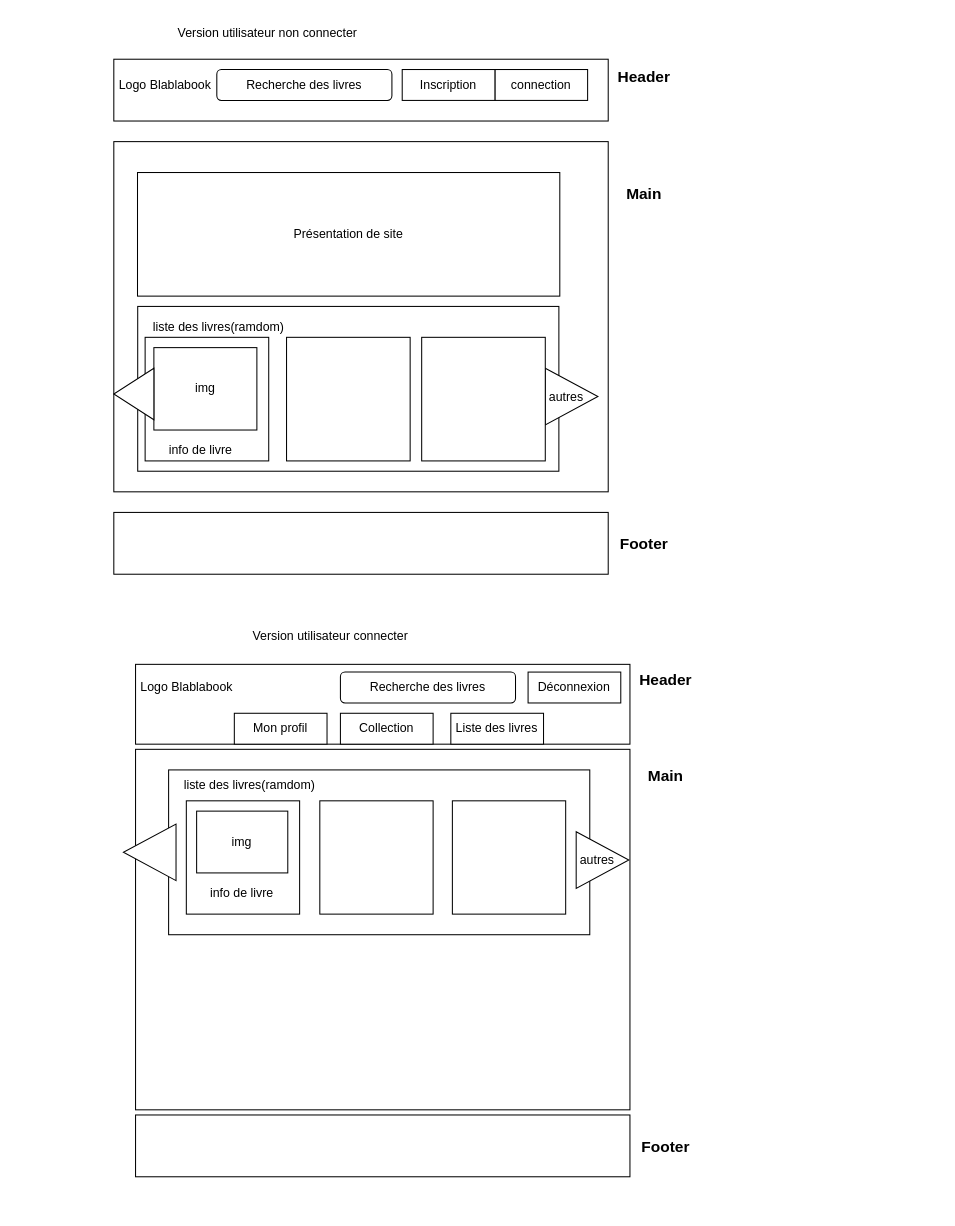
Above: page "Desktop" (1 of 2) of Cahier des charges/wireframe/accueil.drawio in HarukaIZUMI18/Blablabook-Haruka (draw.io), before the change. Source tidied: cells renumbered, new cells numbered last; positions are measured from the earlier drawing's top-left corner, leaving out a move shared by most shapes. Both pictures are drawn from the tidied source at 103%, with x=0, y=0 at pixel (93, 18).
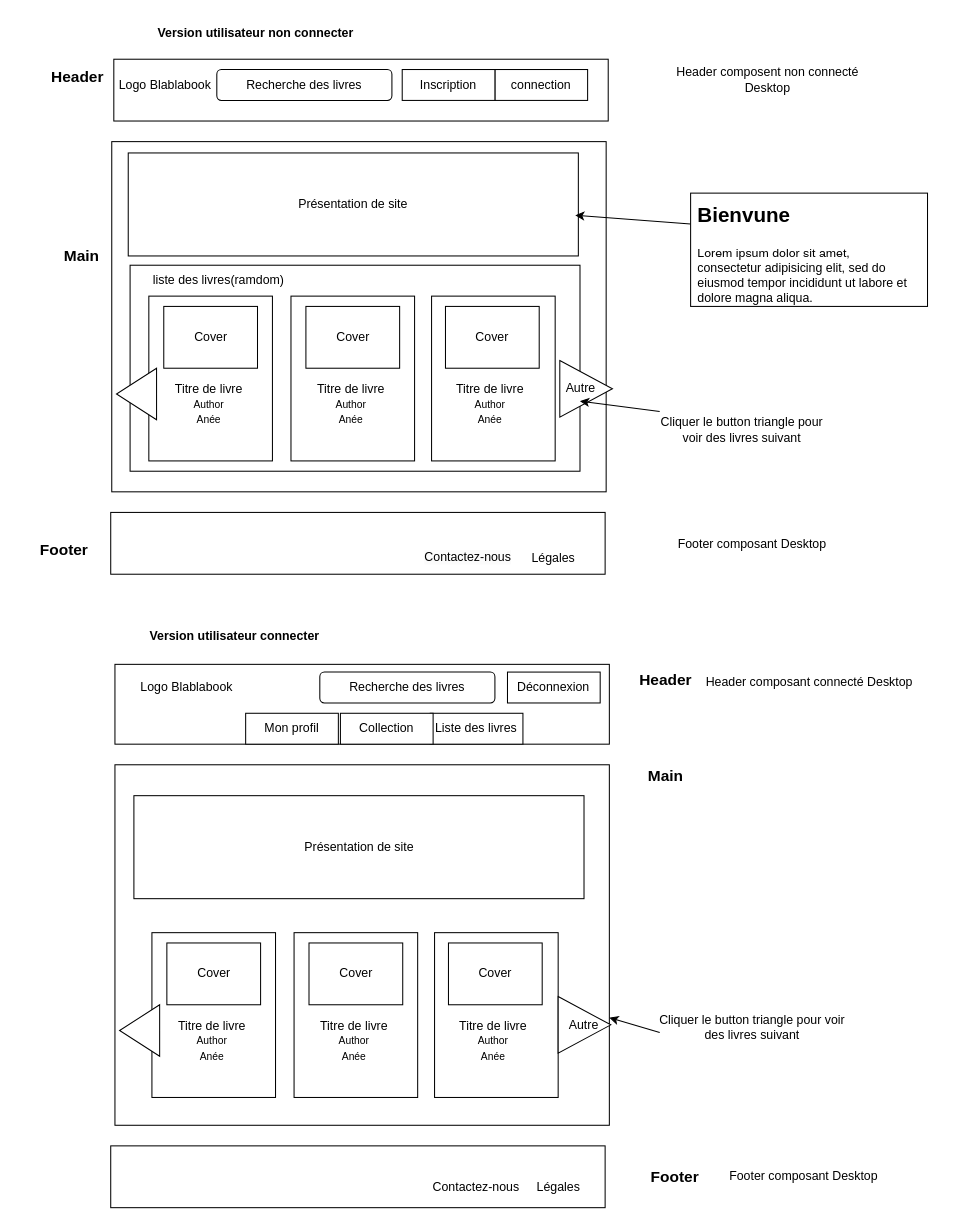
After the change.

Change to the diagram source:
```diff
@@
     <mxCell id="3" style="rounded=0;whiteSpace=wrap;html=1;" parent="1" vertex="1">
-      <mxGeometry x="20" y="120" width="480" height="340" as="geometry" />
+      <mxGeometry x="18" y="120" width="480" height="340" as="geometry" />
     </mxCell>
     <mxCell id="4" value="&lt;b&gt;&lt;font style=&quot;font-size: 15px;&quot;&gt;Header&lt;/font&gt;&lt;/b&gt;&lt;div&gt;&lt;br&gt;&lt;/div&gt;" style="text;html=1;align=center;verticalAlign=middle;whiteSpace=wrap;rounded=0;" parent="1" vertex="1">
-      <mxGeometry x="490" y="45" width="90" height="40" as="geometry" />
+      <mxGeometry x="-60" y="45" width="90" height="40" as="geometry" />
     </mxCell>
@@
     <mxCell id="9" value="&lt;div&gt;&lt;span style=&quot;font-size: 15px;&quot;&gt;&lt;b&gt;Main&lt;/b&gt;&lt;/span&gt;&lt;/div&gt;" style="text;html=1;align=center;verticalAlign=middle;whiteSpace=wrap;rounded=0;" parent="1" vertex="1">
-      <mxGeometry x="490" y="150" width="90" height="40" as="geometry" />
+      <mxGeometry x="-56" y="210" width="90" height="40" as="geometry" />
     </mxCell>
@@
     <mxCell id="11" style="rounded=0;whiteSpace=wrap;html=1;" parent="1" vertex="1">
-      <mxGeometry x="20" y="480" width="480" height="60" as="geometry" />
+      <mxGeometry x="17" y="480" width="480" height="60" as="geometry" />
     </mxCell>
     <mxCell id="12" value="&lt;div&gt;&lt;span style=&quot;font-size: 15px;&quot;&gt;&lt;b&gt;Footer&lt;/b&gt;&lt;/span&gt;&lt;/div&gt;" style="text;html=1;align=center;verticalAlign=middle;whiteSpace=wrap;rounded=0;" parent="1" vertex="1">
-      <mxGeometry x="490" y="490" width="90" height="40" as="geometry" />
+      <mxGeometry x="-73" y="496" width="90" height="40" as="geometry" />
     </mxCell>
@@
     <mxCell id="14" style="group;" parent="1" vertex="1">
-      <mxGeometry x="30" y="280" width="494.4" height="160" as="geometry" />
+      <mxGeometry x="32.6" y="280" width="494.4" height="170" as="geometry" />
     </mxCell>
     <mxCell id="15" style="rounded=0;whiteSpace=wrap;html=1;" parent="14" vertex="1">
-      <mxGeometry x="13.2" width="408.9" height="160" as="geometry" />
+      <mxGeometry x="3.2" y="-40" width="436.8" height="200" as="geometry" />
     </mxCell>
-    <mxCell id="16" value="liste des livres(ramdom)" style="text;html=1;align=center;verticalAlign=middle;whiteSpace=wrap;rounded=0;" parent="14" vertex="1">
-      <mxGeometry y="5" width="184" height="30" as="geometry" />
-    </mxCell>
+    <mxCell id="55" style="group;" parent="14" vertex="1">
+      <mxGeometry x="410.2" y="52.5" width="61.3" height="55" as="geometry" />
+    </mxCell>
-    <mxCell id="17" style="triangle;whiteSpace=wrap;html=1;" parent="14" vertex="1">
-      <mxGeometry x="408.9" y="60" width="51.1" height="55" as="geometry" />
+    <mxCell id="17" style="triangle;whiteSpace=wrap;html=1;" parent="55" vertex="1">
+      <mxGeometry x="10.2" width="51.1" height="55" as="geometry" />
     </mxCell>
-    <mxCell id="18" value="autres" style="text;html=1;align=center;verticalAlign=middle;whiteSpace=wrap;rounded=0;" parent="14" vertex="1">
-      <mxGeometry x="398.7" y="72.5" width="61.3" height="30" as="geometry" />
+    <mxCell id="18" value="Autre" style="text;html=1;align=center;verticalAlign=middle;whiteSpace=wrap;rounded=0;" parent="55" vertex="1">
+      <mxGeometry y="12.5" width="61.3" height="30" as="geometry" />
     </mxCell>
+    <mxCell id="56" style="group;" parent="14" vertex="1">
+      <mxGeometry x="-10" y="-10" width="425.9" height="160" as="geometry" />
+    </mxCell>
-    <mxCell id="19" style="group;" parent="14" vertex="1">
-      <mxGeometry x="20.4" y="40" width="120" height="110" as="geometry" />
+    <mxCell id="19" style="group;" parent="56" vertex="1">
+      <mxGeometry x="31.4" y="50" width="120" height="110" as="geometry" />
     </mxCell>
     <mxCell id="20" style="rounded=0;whiteSpace=wrap;html=1;" parent="19" vertex="1">
-      <mxGeometry y="-10" width="120" height="120" as="geometry" />
+      <mxGeometry y="-50" width="120" height="160" as="geometry" />
     </mxCell>
-    <mxCell id="21" value="info de livre" style="text;html=1;align=center;verticalAlign=middle;whiteSpace=wrap;rounded=0;" parent="19" vertex="1">
-      <mxGeometry y="90" width="108.5" height="20" as="geometry" />
+    <mxCell id="21" value="Titre de livre&lt;div&gt;&lt;font size=&quot;1&quot;&gt;Author&lt;/font&gt;&lt;/div&gt;&lt;div&gt;&lt;font size=&quot;1&quot;&gt;Anée&lt;/font&gt;&lt;/div&gt;" style="text;html=1;align=center;verticalAlign=middle;whiteSpace=wrap;rounded=0;" parent="19" vertex="1">
+      <mxGeometry x="-3" y="20" width="123" height="70" as="geometry" />
     </mxCell>
-    <mxCell id="22" value="img" style="rounded=0;whiteSpace=wrap;html=1;" parent="19" vertex="1">
-      <mxGeometry x="8.5" width="100" height="80" as="geometry" />
+    <mxCell id="22" value="&lt;span style=&quot;color: rgb(0, 0, 0);&quot;&gt;Cover&lt;/span&gt;" style="rounded=0;whiteSpace=wrap;html=1;" parent="19" vertex="1">
+      <mxGeometry x="14.5" y="-40" width="91" height="60" as="geometry" />
     </mxCell>
-    <mxCell id="23" style="triangle;whiteSpace=wrap;html=1;direction=west;" parent="14" vertex="1">
-      <mxGeometry x="-10" y="60" width="38.9" height="50" as="geometry" />
+    <mxCell id="23" style="triangle;whiteSpace=wrap;html=1;direction=west;" parent="56" vertex="1">
+      <mxGeometry y="70" width="38.9" height="50" as="geometry" />
     </mxCell>
-    <mxCell id="24" style="rounded=0;whiteSpace=wrap;html=1;" parent="14" vertex="1">
-      <mxGeometry x="157.7" y="30" width="120" height="120" as="geometry" />
-    </mxCell>
-    <mxCell id="25" style="rounded=0;whiteSpace=wrap;html=1;" parent="14" vertex="1">
-      <mxGeometry x="288.9" y="30" width="120" height="120" as="geometry" />
-    </mxCell>
+    <mxCell id="57" style="rounded=0;whiteSpace=wrap;html=1;" parent="56" vertex="1">
+      <mxGeometry x="169.4" width="120" height="160" as="geometry" />
+    </mxCell>
+    <mxCell id="58" value="Titre de livre&lt;div&gt;&lt;font size=&quot;1&quot;&gt;Author&lt;/font&gt;&lt;/div&gt;&lt;div&gt;&lt;font size=&quot;1&quot;&gt;Anée&lt;/font&gt;&lt;/div&gt;" style="text;html=1;align=center;verticalAlign=middle;whiteSpace=wrap;rounded=0;" parent="56" vertex="1">
+      <mxGeometry x="166.3" y="70" width="123" height="70" as="geometry" />
+    </mxCell>
+    <mxCell id="59" value="&lt;span style=&quot;color: rgb(0, 0, 0);&quot;&gt;Cover&lt;/span&gt;" style="rounded=0;whiteSpace=wrap;html=1;" parent="56" vertex="1">
+      <mxGeometry x="183.9" y="10" width="91" height="60" as="geometry" />
+    </mxCell>
+    <mxCell id="60" style="rounded=0;whiteSpace=wrap;html=1;" parent="56" vertex="1">
+      <mxGeometry x="305.9" width="120" height="160" as="geometry" />
+    </mxCell>
+    <mxCell id="61" value="Titre de livre&lt;div&gt;&lt;font size=&quot;1&quot;&gt;Author&lt;/font&gt;&lt;/div&gt;&lt;div&gt;&lt;font size=&quot;1&quot;&gt;Anée&lt;/font&gt;&lt;/div&gt;" style="text;html=1;align=center;verticalAlign=middle;whiteSpace=wrap;rounded=0;" parent="56" vertex="1">
+      <mxGeometry x="301.8" y="70" width="123" height="70" as="geometry" />
+    </mxCell>
+    <mxCell id="62" value="&lt;span style=&quot;color: rgb(0, 0, 0);&quot;&gt;Cover&lt;/span&gt;" style="rounded=0;whiteSpace=wrap;html=1;" parent="56" vertex="1">
+      <mxGeometry x="319.4" y="10" width="91" height="60" as="geometry" />
+    </mxCell>
     <mxCell id="26" value="Présentation de site" style="rounded=0;whiteSpace=wrap;html=1;" parent="1" vertex="1">
-      <mxGeometry x="43" y="150" width="410" height="120" as="geometry" />
+      <mxGeometry x="34" y="131" width="437" height="100" as="geometry" />
     </mxCell>
     <mxCell id="27" style="rounded=0;whiteSpace=wrap;html=1;" parent="1" vertex="1">
-      <mxGeometry x="41.1" y="710" width="480" height="350" as="geometry" />
+      <mxGeometry x="21.1" y="725" width="480" height="350" as="geometry" />
     </mxCell>
@@
     <mxCell id="29" style="group;" parent="1" vertex="1">
-      <mxGeometry x="422.2" y="635" width="98.9" height="70" as="geometry" />
+      <mxGeometry x="402.2" y="635" width="98.9" height="70" as="geometry" />
     </mxCell>
@@
     <mxCell id="37" style="rounded=0;whiteSpace=wrap;html=1;" parent="1" vertex="1">
-      <mxGeometry x="41.1" y="1065" width="480" height="60" as="geometry" />
+      <mxGeometry x="17" y="1095" width="480" height="60" as="geometry" />
     </mxCell>
     <mxCell id="38" value="&lt;div&gt;&lt;span style=&quot;font-size: 15px;&quot;&gt;&lt;b&gt;Footer&lt;/b&gt;&lt;/span&gt;&lt;/div&gt;" style="text;html=1;align=center;verticalAlign=middle;whiteSpace=wrap;rounded=0;" parent="1" vertex="1">
-      <mxGeometry x="511.1" y="1075" width="90" height="40" as="geometry" />
+      <mxGeometry x="520" y="1105" width="90" height="40" as="geometry" />
     </mxCell>
-    <mxCell id="39" style="group;" parent="1" vertex="1">
-      <mxGeometry x="60" y="730" width="460" height="160" as="geometry" />
-    </mxCell>
-    <mxCell id="40" style="rounded=0;whiteSpace=wrap;html=1;" parent="39" vertex="1">
-      <mxGeometry x="13.2" width="408.9" height="160" as="geometry" />
-    </mxCell>
-    <mxCell id="41" style="triangle;whiteSpace=wrap;html=1;" parent="39" vertex="1">
-      <mxGeometry x="408.9" y="60" width="51.1" height="55" as="geometry" />
-    </mxCell>
-    <mxCell id="42" value="autres" style="text;html=1;align=center;verticalAlign=middle;whiteSpace=wrap;rounded=0;" parent="39" vertex="1">
-      <mxGeometry x="398.7" y="72.5" width="61.3" height="30" as="geometry" />
-    </mxCell>
-    <mxCell id="43" style="group;" parent="39" vertex="1">
-      <mxGeometry x="20.4" y="40" width="120" height="100" as="geometry" />
-    </mxCell>
-    <mxCell id="44" style="rounded=0;whiteSpace=wrap;html=1;" parent="43" vertex="1">
-      <mxGeometry x="10" y="-10" width="110" height="110" as="geometry" />
-    </mxCell>
-    <mxCell id="45" value="info de livre" style="text;html=1;align=center;verticalAlign=middle;whiteSpace=wrap;rounded=0;" parent="43" vertex="1">
-      <mxGeometry x="20" y="60" width="88.5" height="40" as="geometry" />
-    </mxCell>
-    <mxCell id="46" value="img" style="rounded=0;whiteSpace=wrap;html=1;" parent="43" vertex="1">
-      <mxGeometry x="20" width="88.5" height="60" as="geometry" />
-    </mxCell>
-    <mxCell id="47" value="liste des livres(ramdom)" style="text;html=1;align=center;verticalAlign=middle;whiteSpace=wrap;rounded=0;" parent="39" vertex="1">
-      <mxGeometry width="184" height="30" as="geometry" />
-    </mxCell>
-    <mxCell id="48" style="rounded=0;whiteSpace=wrap;html=1;" parent="39" vertex="1">
-      <mxGeometry x="160" y="30" width="110" height="110" as="geometry" />
-    </mxCell>
-    <mxCell id="49" style="rounded=0;whiteSpace=wrap;html=1;" parent="39" vertex="1">
-      <mxGeometry x="288.7" y="30" width="110" height="110" as="geometry" />
-    </mxCell>
-    <mxCell id="50" style="triangle;whiteSpace=wrap;html=1;direction=west;" parent="39" vertex="1">
-      <mxGeometry x="-30.7" y="52.5" width="51.1" height="55" as="geometry" />
-    </mxCell>
-    <mxCell id="51" value="Version utilisateur connecter" style="text;html=1;align=center;verticalAlign=middle;whiteSpace=wrap;rounded=0;" parent="1" vertex="1">
-      <mxGeometry x="141.1" y="585" width="178.9" height="30" as="geometry" />
+    <mxCell id="51" value="&lt;b&gt;Version utilisateur connecter&lt;/b&gt;" style="text;html=1;align=center;verticalAlign=middle;whiteSpace=wrap;rounded=0;" parent="1" vertex="1">
+      <mxGeometry x="48.1" y="585" width="178.9" height="30" as="geometry" />
     </mxCell>
-    <mxCell id="52" value="Version utilisateur non connecter" style="text;html=1;align=center;verticalAlign=middle;whiteSpace=wrap;rounded=0;" parent="1" vertex="1">
-      <mxGeometry x="80" width="178.9" height="30" as="geometry" />
+    <mxCell id="52" value="&lt;b&gt;Version utilisateur non connecter&lt;/b&gt;" style="text;html=1;align=center;verticalAlign=middle;whiteSpace=wrap;rounded=0;" parent="1" vertex="1">
+      <mxGeometry x="43" width="230" height="30" as="geometry" />
     </mxCell>
@@
     <mxCell id="54" value="Mon profil" style="rounded=0;whiteSpace=wrap;html=1;" parent="1" vertex="1">
-      <mxGeometry x="137" y="675" width="90" height="30" as="geometry" />
+      <mxGeometry x="148" y="675" width="90" height="30" as="geometry" />
     </mxCell>
+    <mxCell id="16" value="liste des livres(ramdom)" style="text;html=1;align=center;verticalAlign=middle;whiteSpace=wrap;rounded=0;" parent="1" vertex="1">
+      <mxGeometry x="30" y="240" width="184" height="30" as="geometry" />
+    </mxCell>
+    <mxCell id="63" style="group;" parent="1" vertex="1">
+      <mxGeometry x="25.6" y="888" width="425.9" height="160" as="geometry" />
+    </mxCell>
+    <mxCell id="64" style="group;" parent="63" vertex="1">
+      <mxGeometry x="31.4" y="50" width="120" height="110" as="geometry" />
+    </mxCell>
+    <mxCell id="65" style="rounded=0;whiteSpace=wrap;html=1;" parent="64" vertex="1">
+      <mxGeometry y="-50" width="120" height="160" as="geometry" />
+    </mxCell>
+    <mxCell id="66" value="Titre de livre&lt;div&gt;&lt;font size=&quot;1&quot;&gt;Author&lt;/font&gt;&lt;/div&gt;&lt;div&gt;&lt;font size=&quot;1&quot;&gt;Anée&lt;/font&gt;&lt;/div&gt;" style="text;html=1;align=center;verticalAlign=middle;whiteSpace=wrap;rounded=0;" parent="64" vertex="1">
+      <mxGeometry x="-3" y="20" width="123" height="70" as="geometry" />
+    </mxCell>
+    <mxCell id="67" value="&lt;span style=&quot;color: rgb(0, 0, 0);&quot;&gt;Cover&lt;/span&gt;" style="rounded=0;whiteSpace=wrap;html=1;" parent="64" vertex="1">
+      <mxGeometry x="14.5" y="-40" width="91" height="60" as="geometry" />
+    </mxCell>
+    <mxCell id="68" style="triangle;whiteSpace=wrap;html=1;direction=west;" parent="63" vertex="1">
+      <mxGeometry y="70" width="38.9" height="50" as="geometry" />
+    </mxCell>
+    <mxCell id="69" style="rounded=0;whiteSpace=wrap;html=1;" parent="63" vertex="1">
+      <mxGeometry x="169.4" width="120" height="160" as="geometry" />
+    </mxCell>
+    <mxCell id="70" value="Titre de livre&lt;div&gt;&lt;font size=&quot;1&quot;&gt;Author&lt;/font&gt;&lt;/div&gt;&lt;div&gt;&lt;font size=&quot;1&quot;&gt;Anée&lt;/font&gt;&lt;/div&gt;" style="text;html=1;align=center;verticalAlign=middle;whiteSpace=wrap;rounded=0;" parent="63" vertex="1">
+      <mxGeometry x="166.3" y="70" width="123" height="70" as="geometry" />
+    </mxCell>
+    <mxCell id="71" value="&lt;span style=&quot;color: rgb(0, 0, 0);&quot;&gt;Cover&lt;/span&gt;" style="rounded=0;whiteSpace=wrap;html=1;" parent="63" vertex="1">
+      <mxGeometry x="183.9" y="10" width="91" height="60" as="geometry" />
+    </mxCell>
+    <mxCell id="72" style="group;" parent="63" vertex="1">
+      <mxGeometry x="301.8" width="124" height="160" as="geometry" />
+    </mxCell>
+    <mxCell id="73" style="rounded=0;whiteSpace=wrap;html=1;" parent="72" vertex="1">
+      <mxGeometry x="4" width="120" height="160" as="geometry" />
+    </mxCell>
+    <mxCell id="74" value="Titre de livre&lt;div&gt;&lt;font size=&quot;1&quot;&gt;Author&lt;/font&gt;&lt;/div&gt;&lt;div&gt;&lt;font size=&quot;1&quot;&gt;Anée&lt;/font&gt;&lt;/div&gt;" style="text;html=1;align=center;verticalAlign=middle;whiteSpace=wrap;rounded=0;" parent="72" vertex="1">
+      <mxGeometry y="70" width="123" height="70" as="geometry" />
+    </mxCell>
+    <mxCell id="75" value="&lt;span style=&quot;color: rgb(0, 0, 0);&quot;&gt;Cover&lt;/span&gt;" style="rounded=0;whiteSpace=wrap;html=1;" parent="72" vertex="1">
+      <mxGeometry x="17.5" y="10" width="91" height="60" as="geometry" />
+    </mxCell>
+    <mxCell id="76" value="Contactez-nous" style="text;html=1;align=center;verticalAlign=middle;whiteSpace=wrap;rounded=0;" parent="1" vertex="1">
+      <mxGeometry x="321.7" y="1120" width="100" height="30" as="geometry" />
+    </mxCell>
+    <mxCell id="77" value="Autre" style="triangle;whiteSpace=wrap;html=1;" parent="1" vertex="1">
+      <mxGeometry x="451.4" y="950" width="51.1" height="55" as="geometry" />
+    </mxCell>
+    <mxCell id="78" value="&lt;span style=&quot;color: rgb(0, 0, 0); font-family: Helvetica; font-size: 12px; font-style: normal; font-variant-ligatures: normal; font-variant-caps: normal; font-weight: 400; letter-spacing: normal; orphans: 2; text-align: center; text-indent: 0px; text-transform: none; widows: 2; word-spacing: 0px; -webkit-text-stroke-width: 0px; white-space: normal; background-color: rgb(251, 251, 251); text-decoration-thickness: initial; text-decoration-style: initial; text-decoration-color: initial; display: inline !important; float: none;&quot;&gt;Contactez-nous&lt;/span&gt;" style="text;whiteSpace=wrap;html=1;" parent="1" vertex="1">
+      <mxGeometry x="320" y="510" width="120" height="40" as="geometry" />
+    </mxCell>
+    <mxCell id="79" value="Présentation de site" style="rounded=0;whiteSpace=wrap;html=1;" parent="1" vertex="1">
+      <mxGeometry x="39.5" y="755" width="437" height="100" as="geometry" />
+    </mxCell>
+    <mxCell id="80" value="Légales" style="text;html=1;align=center;verticalAlign=middle;whiteSpace=wrap;rounded=0;" parent="1" vertex="1">
+      <mxGeometry x="416.5" y="510" width="60" height="30" as="geometry" />
+    </mxCell>
+    <mxCell id="81" value="Légales" style="text;html=1;align=center;verticalAlign=middle;whiteSpace=wrap;rounded=0;" parent="1" vertex="1">
+      <mxGeometry x="421.7" y="1120" width="60" height="30" as="geometry" />
+    </mxCell>
+    <mxCell id="82" value="Header composent non connecté Desktop" style="text;html=1;align=center;verticalAlign=middle;whiteSpace=wrap;rounded=0;" parent="1" vertex="1">
+      <mxGeometry x="560" y="45" width="190" height="30" as="geometry" />
+    </mxCell>
+    <mxCell id="83" style="endArrow=classic;html=1;entryX=0.993;entryY=0.605;entryDx=0;entryDy=0;entryPerimeter=0;" parent="1" edge="1" target="26">
+      <mxGeometry relative="1" as="geometry">
+        <mxPoint x="580" y="200" as="sourcePoint" />
+      </mxGeometry>
+    </mxCell>
+    <mxCell id="84" style="rounded=0;whiteSpace=wrap;html=1;" parent="1" vertex="1">
+      <mxGeometry x="580" y="170" width="230" height="110" as="geometry" />
+    </mxCell>
+    <mxCell id="85" value="&lt;h1 style=&quot;margin-top: 0px;&quot;&gt;&lt;font style=&quot;font-size: 20px;&quot;&gt;Bienvune&lt;/font&gt;&lt;/h1&gt;&lt;p&gt;Lorem ipsum dolor sit amet, consectetur adipisicing elit, sed do eiusmod tempor incididunt ut labore et dolore magna aliqua.&lt;/p&gt;" style="text;html=1;whiteSpace=wrap;overflow=hidden;rounded=0;" parent="1" vertex="1">
+      <mxGeometry x="585" y="170" width="215" height="120" as="geometry" />
+    </mxCell>
+    <mxCell id="86" value="Header composant connecté Desktop" style="text;html=1;align=center;verticalAlign=middle;whiteSpace=wrap;rounded=0;" parent="1" vertex="1">
+      <mxGeometry x="570.6" y="630" width="248.9" height="30" as="geometry" />
+    </mxCell>
+    <mxCell id="87" value="Footer composant Desktop" style="text;html=1;align=center;verticalAlign=middle;whiteSpace=wrap;rounded=0;" parent="1" vertex="1">
+      <mxGeometry x="560" y="496" width="160" height="30" as="geometry" />
+    </mxCell>
+    <mxCell id="88" style="group;" parent="1" vertex="1">
+      <mxGeometry x="540" y="380" width="180" height="40" as="geometry" />
+    </mxCell>
+    <mxCell id="89" style="endArrow=classic;html=1;entryX=1;entryY=0.75;entryDx=0;entryDy=0;" parent="88" edge="1">
+      <mxGeometry relative="1" as="geometry">
+        <mxPoint x="10" y="2" as="sourcePoint" />
+        <mxPoint x="-67.4" y="-8" as="targetPoint" />
+      </mxGeometry>
+    </mxCell>
+    <mxCell id="90" value="Cliquer le button triangle pour voir des livres suivant" style="text;html=1;align=center;verticalAlign=middle;whiteSpace=wrap;rounded=0;" parent="88" vertex="1">
+      <mxGeometry width="180" height="40" as="geometry" />
+    </mxCell>
+    <mxCell id="91" style="group;" parent="1" vertex="1">
+      <mxGeometry x="540" y="965" width="180" height="40" as="geometry" />
+    </mxCell>
+    <mxCell id="92" style="endArrow=classic;html=1;" parent="91" edge="1" target="27">
+      <mxGeometry relative="1" as="geometry">
+        <mxPoint x="10" y="20" as="sourcePoint" />
+      </mxGeometry>
+    </mxCell>
+    <mxCell id="93" value="Cliquer le button triangle pour voir des livres suivant" style="text;html=1;align=center;verticalAlign=middle;whiteSpace=wrap;rounded=0;" parent="1" vertex="1">
+      <mxGeometry x="540" y="960" width="200" height="40" as="geometry" />
+    </mxCell>
+    <mxCell id="94" value="Footer composant Desktop" style="text;html=1;align=center;verticalAlign=middle;whiteSpace=wrap;rounded=0;" parent="1" vertex="1">
+      <mxGeometry x="600" y="1110" width="180" height="30" as="geometry" />
+    </mxCell>
```
